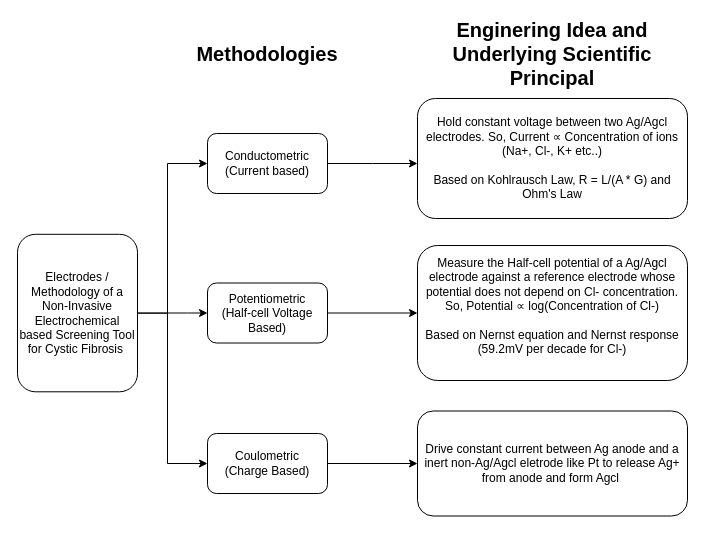
Earlier version of the draw.io diagram Design Docs/CF_Screening_Electrodes_Summary.drawio (gugan73715/Wearable-BioNode). Source tidied: cells renumbered, new cells numbered last; positions are measured from the earlier drawing's top-left corner, leaving out a move shared by most shapes. Both pictures are drawn from the tidied source at 100%, with x=0, y=0 at pixel (17, 38).
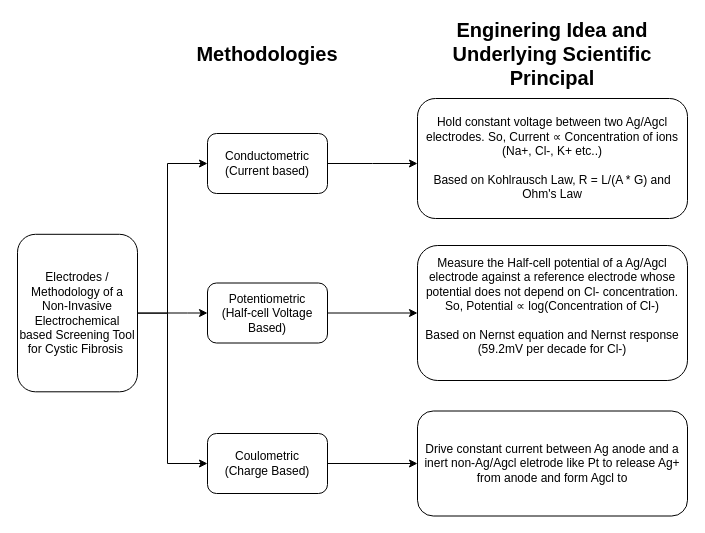
After the change.

Commit message:
Modified CF Block Diagram

Diff of the diagram source:
```diff
@@
-    <mxCell id="14" value="Drive constant current between Ag anode and a inert non-Ag/Agcl eletrode like Pt to release Ag+ from anode and form Agcl&amp;nbsp;" style="rounded=1;whiteSpace=wrap;html=1;" parent="1" vertex="1">
+    <mxCell id="14" value="Drive constant current between Ag anode and a inert non-Ag/Agcl eletrode like Pt to release Ag+ from anode and form Agcl to" style="rounded=1;whiteSpace=wrap;html=1;" parent="1" vertex="1">
       <mxGeometry x="400" y="372.5" width="270" height="105" as="geometry" />
     </mxCell>
```
